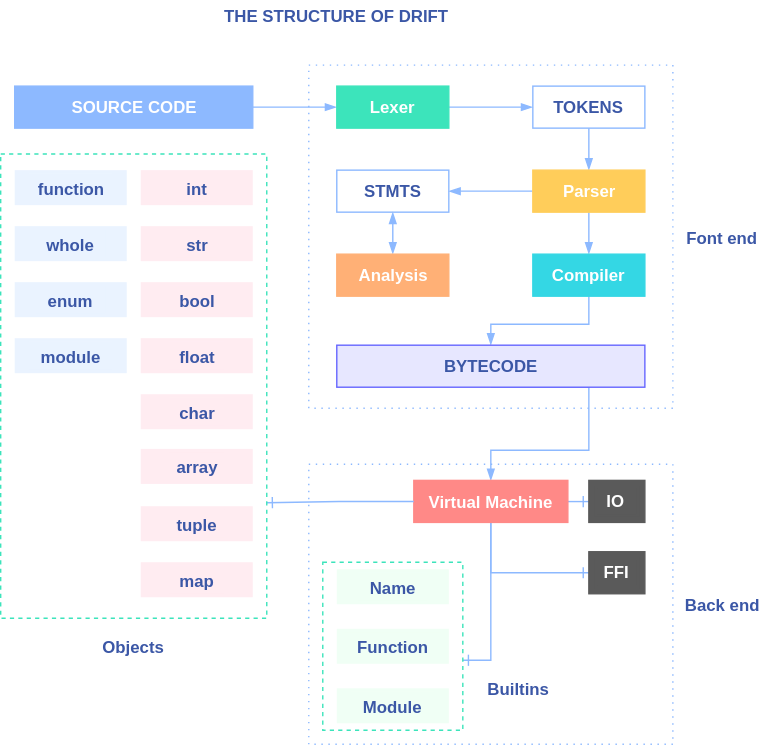
Earlier version of the draw.io export misc/DRIFT.svg (drift-lang/drift-cpp). Source tidied: cells renumbered, new cells last; positions are measured from the earlier drawing's top-left corner, leaving out a move shared by most shapes. Source of this version:
```xml
<mxGraphModel background="#FFFFFF">
  <root>
    <mxCell id="0" />
    <mxCell id="1" parent="0" />
    <mxCell id="2" style="edgeStyle=orthogonalEdgeStyle;rounded=0;jettySize=auto;html=1;exitX=1;exitY=0.5;exitDx=0;exitDy=0;entryX=0;entryY=0.5;entryDx=0;entryDy=0;startArrow=none;startFill=0;strokeWidth=1;" parent="1" edge="1" source="3" target="6">
      <mxGeometry relative="1" as="geometry" />
    </mxCell>
    <mxCell id="3" style="rounded=0;whiteSpace=wrap;html=1;fillColor=#8db9ff;strokeWidth=1;strokeColor=#8db9ff;" parent="1" vertex="1">
      <mxGeometry x="10" y="60" width="170" height="30" as="geometry" />
    </mxCell>
    <mxCell id="4" value="SOURCE CODE" style="text;html=1;align=center;verticalAlign=middle;fontStyle=1;fontColor=#FFFFFF;rounded=0;" parent="1" vertex="1">
      <mxGeometry x="45" y="65" width="100" height="20" as="geometry" />
    </mxCell>
    <mxCell id="5" style="edgeStyle=orthogonalEdgeStyle;rounded=0;jettySize=auto;html=1;exitX=1;exitY=0.5;exitDx=0;exitDy=0;entryX=0;entryY=0.5;entryDx=0;entryDy=0;strokeWidth=1;startArrow=none;startFill=0;" parent="1" edge="1" source="6" target="9">
      <mxGeometry relative="1" as="geometry" />
    </mxCell>
    <mxCell id="6" style="rounded=0;whiteSpace=wrap;html=1;fillColor=#3ce4bb;strokeWidth=1;strokeColor=#3ce4bb;fontColor=#FFFFFF;" parent="1" vertex="1">
      <mxGeometry x="240" y="60" width="80" height="30" as="geometry" />
    </mxCell>
    <mxCell id="7" value="Lexer" style="text;html=1;align=center;verticalAlign=middle;fontStyle=1;fontColor=#FFFFFF;" parent="1" vertex="1">
      <mxGeometry x="255" y="65" width="50" height="20" as="geometry" />
    </mxCell>
    <mxCell id="8" style="edgeStyle=orthogonalEdgeStyle;rounded=0;jettySize=auto;html=1;exitX=0.5;exitY=1;exitDx=0;exitDy=0;entryX=0.5;entryY=0;entryDx=0;entryDy=0;startArrow=none;startFill=0;strokeWidth=1;" parent="1" edge="1" source="9" target="16">
      <mxGeometry relative="1" as="geometry" />
    </mxCell>
    <mxCell id="9" style="rounded=0;whiteSpace=wrap;html=1;fillColor=none;strokeWidth=1;" parent="1" vertex="1">
      <mxGeometry x="380" y="60" width="80" height="30" as="geometry" />
    </mxCell>
    <mxCell id="10" value="TOKENS" style="text;html=1;align=center;verticalAlign=middle;fontStyle=1;" parent="1" vertex="1">
      <mxGeometry x="385" y="65" width="70" height="20" as="geometry" />
    </mxCell>
    <mxCell id="11" style="edgeStyle=orthogonalEdgeStyle;rounded=0;jettySize=auto;html=1;exitX=1;exitY=0.5;exitDx=0;exitDy=0;entryX=0;entryY=0.5;entryDx=0;entryDy=0;startArrow=blockThin;startFill=1;endArrow=none;endFill=0;strokeWidth=1;" parent="1" edge="1" source="13" target="16">
      <mxGeometry relative="1" as="geometry" />
    </mxCell>
    <mxCell id="12" style="edgeStyle=orthogonalEdgeStyle;rounded=0;jettySize=auto;html=1;exitX=0.5;exitY=1;exitDx=0;exitDy=0;entryX=0.5;entryY=0;entryDx=0;entryDy=0;startArrow=blockThin;startFill=1;strokeWidth=1;" parent="1" edge="1" source="13">
      <mxGeometry relative="1" as="geometry">
        <mxPoint x="280" y="180" as="targetPoint" />
      </mxGeometry>
    </mxCell>
    <mxCell id="13" style="rounded=0;whiteSpace=wrap;html=1;fillColor=none;strokeWidth=1;" parent="1" vertex="1">
      <mxGeometry x="240" y="120" width="80" height="30" as="geometry" />
    </mxCell>
    <mxCell id="14" value="STMTS" style="text;html=1;align=center;verticalAlign=middle;fontStyle=1;" parent="1" vertex="1">
      <mxGeometry x="250" y="125" width="60" height="20" as="geometry" />
    </mxCell>
    <mxCell id="15" style="edgeStyle=orthogonalEdgeStyle;rounded=0;jettySize=auto;html=1;exitX=0.5;exitY=1;exitDx=0;exitDy=0;entryX=0.5;entryY=0;entryDx=0;entryDy=0;strokeWidth=1;startArrow=none;startFill=0;endArrow=blockThin;endFill=1;" parent="1" edge="1" source="16" target="22">
      <mxGeometry relative="1" as="geometry" />
    </mxCell>
    <mxCell id="16" style="rounded=0;whiteSpace=wrap;html=1;fillColor=#ffcd5a;strokeWidth=1;strokeColor=#ffcd5a;fontColor=#FFFFFF;" parent="1" vertex="1">
      <mxGeometry x="380" y="120" width="80" height="30" as="geometry" />
    </mxCell>
    <mxCell id="17" value="Parser" style="text;html=1;align=center;verticalAlign=middle;fontStyle=1;fontColor=#FFFFFF;" parent="1" vertex="1">
      <mxGeometry x="395" y="125" width="50" height="20" as="geometry" />
    </mxCell>
    <mxCell id="18" style="rounded=0;whiteSpace=wrap;html=1;fillColor=#ffb076;strokeWidth=1;strokeColor=#ffb076;" parent="1" vertex="1">
      <mxGeometry x="240" y="180" width="80" height="30" as="geometry" />
    </mxCell>
    <mxCell id="19" value="Analysis" style="text;html=1;align=center;verticalAlign=middle;fontStyle=1;fontColor=#FFFFFF;" parent="1" vertex="1">
      <mxGeometry x="250" y="185" width="60" height="20" as="geometry" />
    </mxCell>
    <mxCell id="20" style="rounded=0;whiteSpace=wrap;html=1;fillColor=none;strokeWidth=1;dashed=1;dashPattern=1 4;" parent="1" vertex="1">
      <mxGeometry x="220" y="45" width="260" height="245" as="geometry" />
    </mxCell>
    <mxCell id="21" style="edgeStyle=orthogonalEdgeStyle;rounded=0;jettySize=auto;html=1;exitX=0.5;exitY=1;exitDx=0;exitDy=0;entryX=0.5;entryY=0;entryDx=0;entryDy=0;strokeWidth=1;startArrow=none;startFill=0;" parent="1" edge="1" source="22" target="25">
      <mxGeometry relative="1" as="geometry">
        <Array as="points">
          <mxPoint x="420" y="230" />
          <mxPoint x="350" y="230" />
        </Array>
      </mxGeometry>
    </mxCell>
    <mxCell id="22" style="rounded=0;whiteSpace=wrap;html=1;fillColor=#34d7e4;strokeWidth=1;strokeColor=#34d7e4;" parent="1" vertex="1">
      <mxGeometry x="380" y="180" width="80" height="30" as="geometry" />
    </mxCell>
    <mxCell id="23" value="Compiler" style="text;html=1;align=center;verticalAlign=middle;fontStyle=1;fontColor=#FFFFFF;" parent="1" vertex="1">
      <mxGeometry x="385" y="185" width="70" height="20" as="geometry" />
    </mxCell>
    <mxCell id="24" style="edgeStyle=orthogonalEdgeStyle;rounded=0;jettySize=auto;html=1;exitX=0.5;exitY=1;exitDx=0;exitDy=0;entryX=0.5;entryY=0;entryDx=0;entryDy=0;strokeWidth=1;startArrow=none;startFill=0;" parent="1" edge="1" source="25" target="31">
      <mxGeometry relative="1" as="geometry">
        <Array as="points">
          <mxPoint x="420" y="320" />
          <mxPoint x="350" y="320" />
        </Array>
      </mxGeometry>
    </mxCell>
    <mxCell id="25" style="rounded=0;whiteSpace=wrap;html=1;fillColor=#e7e7ff;strokeWidth=1;strokeColor=#6666ff;" parent="1" vertex="1">
      <mxGeometry x="240" y="245" width="220" height="30" as="geometry" />
    </mxCell>
    <mxCell id="26" value="BYTECODE" style="text;html=1;align=center;verticalAlign=middle;fontStyle=1;" parent="1" vertex="1">
      <mxGeometry x="310" y="250" width="80" height="20" as="geometry" />
    </mxCell>
    <mxCell id="27" value="&lt;b&gt;Font end&lt;/b&gt;" style="text;html=1;align=center;verticalAlign=middle;" parent="1" vertex="1">
      <mxGeometry x="480" y="157.5" width="70" height="20" as="geometry" />
    </mxCell>
    <mxCell id="28" style="edgeStyle=orthogonalEdgeStyle;rounded=0;jettySize=auto;html=1;exitX=1;exitY=0.5;exitDx=0;exitDy=0;entryX=0;entryY=0.5;entryDx=0;entryDy=0;strokeWidth=1;startArrow=none;startFill=0;endArrow=ERone;endFill=0;" parent="1" edge="1" source="31" target="60">
      <mxGeometry relative="1" as="geometry" />
    </mxCell>
    <mxCell id="29" style="edgeStyle=orthogonalEdgeStyle;rounded=0;jettySize=auto;html=1;exitX=0.5;exitY=1;exitDx=0;exitDy=0;entryX=1;entryY=0.583;entryDx=0;entryDy=0;entryPerimeter=0;startArrow=none;startFill=0;strokeWidth=1;endArrow=ERone;endFill=0;" parent="1" edge="1" source="31" target="69">
      <mxGeometry relative="1" as="geometry" />
    </mxCell>
    <mxCell id="30" style="edgeStyle=orthogonalEdgeStyle;rounded=0;jettySize=auto;html=1;exitX=0.5;exitY=1;exitDx=0;exitDy=0;entryX=0;entryY=0.5;entryDx=0;entryDy=0;startArrow=none;startFill=0;strokeWidth=1;endArrow=ERone;endFill=0;" parent="1" edge="1" source="31" target="73">
      <mxGeometry relative="1" as="geometry" />
    </mxCell>
    <mxCell id="31" style="rounded=0;whiteSpace=wrap;html=1;fillColor=#ff8987;strokeWidth=1;strokeColor=#ff8987;" parent="1" vertex="1">
      <mxGeometry x="295" y="341.6" width="110" height="30" as="geometry" />
    </mxCell>
    <mxCell id="32" style="edgeStyle=orthogonalEdgeStyle;rounded=0;jettySize=auto;html=1;entryX=1;entryY=0.75;entryDx=0;entryDy=0;startArrow=none;startFill=0;strokeWidth=1;endArrow=ERone;endFill=0;exitX=0;exitY=0.5;exitDx=0;exitDy=0;" parent="1" edge="1" source="31" target="58">
      <mxGeometry relative="1" as="geometry">
        <Array as="points">
          <mxPoint x="242" y="357" />
        </Array>
      </mxGeometry>
    </mxCell>
    <mxCell id="33" value="Virtual Machine" style="text;html=1;align=center;verticalAlign=middle;fontStyle=1;fontColor=#FFFFFF;rounded=0;" parent="1" vertex="1">
      <mxGeometry x="300" y="346.6" width="100" height="20" as="geometry" />
    </mxCell>
    <mxCell id="34" style="rounded=0;whiteSpace=wrap;html=1;strokeWidth=1;strokeColor=none;fillColor=#ffecf1;" parent="1" vertex="1">
      <mxGeometry x="100" y="120" width="80" height="25" as="geometry" />
    </mxCell>
    <mxCell id="35" value="int" style="text;html=1;align=center;verticalAlign=middle;fontStyle=1;strokeColor=none;fillColor=#ffecf1;" parent="1" vertex="1">
      <mxGeometry x="125" y="122.5" width="30" height="20" as="geometry" />
    </mxCell>
    <mxCell id="36" style="rounded=0;whiteSpace=wrap;html=1;strokeWidth=1;strokeColor=none;fillColor=#ffecf1;" parent="1" vertex="1">
      <mxGeometry x="100" y="160" width="80" height="25" as="geometry" />
    </mxCell>
    <mxCell id="37" value="str" style="text;html=1;align=center;verticalAlign=middle;fontStyle=1;strokeColor=none;fillColor=#ffecf1;" parent="1" vertex="1">
      <mxGeometry x="125" y="162.5" width="30" height="20" as="geometry" />
    </mxCell>
    <mxCell id="38" style="rounded=0;whiteSpace=wrap;html=1;strokeWidth=1;strokeColor=none;fillColor=#ffecf1;" parent="1" vertex="1">
      <mxGeometry x="100" y="200" width="80" height="25" as="geometry" />
    </mxCell>
    <mxCell id="39" value="bool" style="text;html=1;align=center;verticalAlign=middle;fontStyle=1;strokeColor=none;fillColor=#ffecf1;" parent="1" vertex="1">
      <mxGeometry x="120" y="202.5" width="40" height="20" as="geometry" />
    </mxCell>
    <mxCell id="40" style="rounded=0;whiteSpace=wrap;html=1;strokeWidth=1;strokeColor=none;fillColor=#ffecf1;" parent="1" vertex="1">
      <mxGeometry x="100" y="240" width="80" height="25" as="geometry" />
    </mxCell>
    <mxCell id="41" value="float" style="text;html=1;align=center;verticalAlign=middle;fontStyle=1;strokeColor=none;fillColor=#ffecf1;" parent="1" vertex="1">
      <mxGeometry x="120" y="242.5" width="40" height="20" as="geometry" />
    </mxCell>
    <mxCell id="42" style="rounded=0;whiteSpace=wrap;html=1;strokeWidth=1;strokeColor=none;fillColor=#ffecf1;" parent="1" vertex="1">
      <mxGeometry x="100" y="280" width="80" height="25" as="geometry" />
    </mxCell>
    <mxCell id="43" value="char" style="text;html=1;align=center;verticalAlign=middle;fontStyle=1;strokeColor=none;fillColor=#ffecf1;" parent="1" vertex="1">
      <mxGeometry x="120" y="282.5" width="40" height="20" as="geometry" />
    </mxCell>
    <mxCell id="44" style="rounded=0;whiteSpace=wrap;html=1;strokeWidth=1;strokeColor=none;fillColor=#ffecf1;" parent="1" vertex="1">
      <mxGeometry x="100" y="319.1" width="80" height="25" as="geometry" />
    </mxCell>
    <mxCell id="45" value="array" style="text;html=1;align=center;verticalAlign=middle;fontStyle=1;strokeColor=none;fillColor=#ffecf1;" parent="1" vertex="1">
      <mxGeometry x="120" y="321.6" width="40" height="20" as="geometry" />
    </mxCell>
    <mxCell id="46" style="rounded=0;whiteSpace=wrap;html=1;strokeWidth=1;strokeColor=none;fillColor=#ffecf1;" parent="1" vertex="1">
      <mxGeometry x="100" y="360" width="80" height="25" as="geometry" />
    </mxCell>
    <mxCell id="47" value="tuple" style="text;html=1;align=center;verticalAlign=middle;fontStyle=1;strokeColor=none;fillColor=#ffecf1;" parent="1" vertex="1">
      <mxGeometry x="120" y="362.5" width="40" height="20" as="geometry" />
    </mxCell>
    <mxCell id="48" style="rounded=0;whiteSpace=wrap;html=1;strokeWidth=1;strokeColor=none;fillColor=#ffecf1;" parent="1" vertex="1">
      <mxGeometry x="100" y="400" width="80" height="25" as="geometry" />
    </mxCell>
    <mxCell id="49" value="map" style="text;html=1;align=center;verticalAlign=middle;fontStyle=1;strokeColor=none;fillColor=#ffecf1;" parent="1" vertex="1">
      <mxGeometry x="120" y="402.5" width="40" height="20" as="geometry" />
    </mxCell>
    <mxCell id="50" style="rounded=0;whiteSpace=wrap;html=1;strokeWidth=1;strokeColor=none;fillColor=#eaf3ff;" parent="1" vertex="1">
      <mxGeometry x="10" y="120" width="80" height="25" as="geometry" />
    </mxCell>
    <mxCell id="51" value="function" style="text;html=1;align=center;verticalAlign=middle;fontStyle=1;strokeColor=none;fillColor=#eaf3ff;" parent="1" vertex="1">
      <mxGeometry x="20" y="122.5" width="60" height="20" as="geometry" />
    </mxCell>
    <mxCell id="52" style="rounded=0;whiteSpace=wrap;html=1;strokeWidth=1;strokeColor=none;fillColor=#eaf3ff;" parent="1" vertex="1">
      <mxGeometry x="10" y="160" width="80" height="25" as="geometry" />
    </mxCell>
    <mxCell id="53" value="whole" style="text;html=1;align=center;verticalAlign=middle;fontStyle=1;strokeColor=none;fillColor=#eaf3ff;" parent="1" vertex="1">
      <mxGeometry x="25" y="162.5" width="50" height="20" as="geometry" />
    </mxCell>
    <mxCell id="54" style="rounded=0;whiteSpace=wrap;html=1;strokeWidth=1;strokeColor=none;fillColor=#eaf3ff;" parent="1" vertex="1">
      <mxGeometry x="10" y="200" width="80" height="25" as="geometry" />
    </mxCell>
    <mxCell id="55" value="enum" style="text;html=1;align=center;verticalAlign=middle;fontStyle=1;strokeColor=none;fillColor=#eaf3ff;" parent="1" vertex="1">
      <mxGeometry x="25" y="202.5" width="50" height="20" as="geometry" />
    </mxCell>
    <mxCell id="56" style="rounded=0;whiteSpace=wrap;html=1;strokeWidth=1;strokeColor=none;fillColor=#eaf3ff;" parent="1" vertex="1">
      <mxGeometry x="10" y="240" width="80" height="25" as="geometry" />
    </mxCell>
    <mxCell id="57" value="module" style="text;html=1;align=center;verticalAlign=middle;fontStyle=1;strokeColor=none;fillColor=#eaf3ff;" parent="1" vertex="1">
      <mxGeometry x="20" y="242.5" width="60" height="20" as="geometry" />
    </mxCell>
    <mxCell id="58" style="rounded=0;whiteSpace=wrap;html=1;fillColor=none;strokeWidth=1;dashed=1;strokeColor=#3ce4bb;" parent="1" vertex="1">
      <mxGeometry y="108.4" width="190" height="331.6" as="geometry" />
    </mxCell>
    <mxCell id="59" value="&lt;b&gt;Objects&lt;/b&gt;" style="text;html=1;align=center;verticalAlign=middle;" parent="1" vertex="1">
      <mxGeometry x="65" y="450" width="60" height="20" as="geometry" />
    </mxCell>
    <mxCell id="60" style="rounded=0;whiteSpace=wrap;html=1;fillColor=#5a5a5a;strokeWidth=1;strokeColor=#5a5a5a;" parent="1" vertex="1">
      <mxGeometry x="420" y="341.6" width="40" height="30" as="geometry" />
    </mxCell>
    <mxCell id="61" value="IO" style="text;html=1;align=center;verticalAlign=middle;fontStyle=1;rounded=0;fillColor=#5a5a5a;strokeColor=#5a5a5a;fontColor=#FFFFFF;" parent="1" vertex="1">
      <mxGeometry x="425" y="346.6" width="30" height="20" as="geometry" />
    </mxCell>
    <mxCell id="62" value="&lt;b&gt;THE STRUCTURE OF DRIFT&lt;/b&gt;" style="text;html=1;align=center;verticalAlign=middle;" parent="1" vertex="1">
      <mxGeometry x="150" width="180" height="20" as="geometry" />
    </mxCell>
    <mxCell id="63" style="rounded=0;whiteSpace=wrap;html=1;strokeWidth=1;strokeColor=none;fillColor=#f0fff5;" parent="1" vertex="1">
      <mxGeometry x="240" y="405" width="80" height="25" as="geometry" />
    </mxCell>
    <mxCell id="64" value="Name" style="text;html=1;align=center;verticalAlign=middle;fontStyle=1;strokeColor=none;fillColor=#f0fff5;" parent="1" vertex="1">
      <mxGeometry x="255" y="407.5" width="50" height="20" as="geometry" />
    </mxCell>
    <mxCell id="65" style="rounded=0;whiteSpace=wrap;html=1;strokeWidth=1;strokeColor=none;fillColor=#f0fff5;" parent="1" vertex="1">
      <mxGeometry x="240" y="447.5" width="80" height="25" as="geometry" />
    </mxCell>
    <mxCell id="66" value="Function" style="text;html=1;align=center;verticalAlign=middle;fontStyle=1;strokeColor=none;fillColor=#f0fff5;" parent="1" vertex="1">
      <mxGeometry x="245" y="450" width="70" height="20" as="geometry" />
    </mxCell>
    <mxCell id="67" style="rounded=0;whiteSpace=wrap;html=1;strokeWidth=1;strokeColor=none;fillColor=#f0fff5;" parent="1" vertex="1">
      <mxGeometry x="240" y="490" width="80" height="25" as="geometry" />
    </mxCell>
    <mxCell id="68" value="Module" style="text;html=1;align=center;verticalAlign=middle;fontStyle=1;strokeColor=none;fillColor=#f0fff5;" parent="1" vertex="1">
      <mxGeometry x="250" y="492.5" width="60" height="20" as="geometry" />
    </mxCell>
    <mxCell id="69" style="rounded=0;whiteSpace=wrap;html=1;strokeWidth=1;fillColor=none;dashed=1;strokeColor=#3ce4bb;" parent="1" vertex="1">
      <mxGeometry x="230" y="400" width="100" height="120" as="geometry" />
    </mxCell>
    <mxCell id="70" value="&lt;b&gt;Builtins&lt;/b&gt;" style="text;html=1;align=center;verticalAlign=middle;" parent="1" vertex="1">
      <mxGeometry x="340" y="480" width="60" height="20" as="geometry" />
    </mxCell>
    <mxCell id="71" style="rounded=0;whiteSpace=wrap;html=1;fillColor=none;strokeWidth=1;dashed=1;dashPattern=1 4;" parent="1" vertex="1">
      <mxGeometry x="220" y="330" width="260" height="200" as="geometry" />
    </mxCell>
    <mxCell id="72" value="&lt;b&gt;Back end&lt;/b&gt;" style="text;html=1;align=center;verticalAlign=middle;" parent="1" vertex="1">
      <mxGeometry x="480" y="420" width="70" height="20" as="geometry" />
    </mxCell>
    <mxCell id="73" style="rounded=0;whiteSpace=wrap;html=1;fillColor=#5a5a5a;strokeWidth=1;strokeColor=#5a5a5a;" parent="1" vertex="1">
      <mxGeometry x="420" y="392.5" width="40" height="30" as="geometry" />
    </mxCell>
    <mxCell id="74" value="FFI" style="text;html=1;align=center;verticalAlign=middle;fontStyle=1;rounded=0;fillColor=#5a5a5a;strokeColor=#5a5a5a;fontColor=#FFFFFF;" parent="1" vertex="1">
      <mxGeometry x="425" y="397.5" width="30" height="20" as="geometry" />
    </mxCell>
  </root>
</mxGraphModel>
```
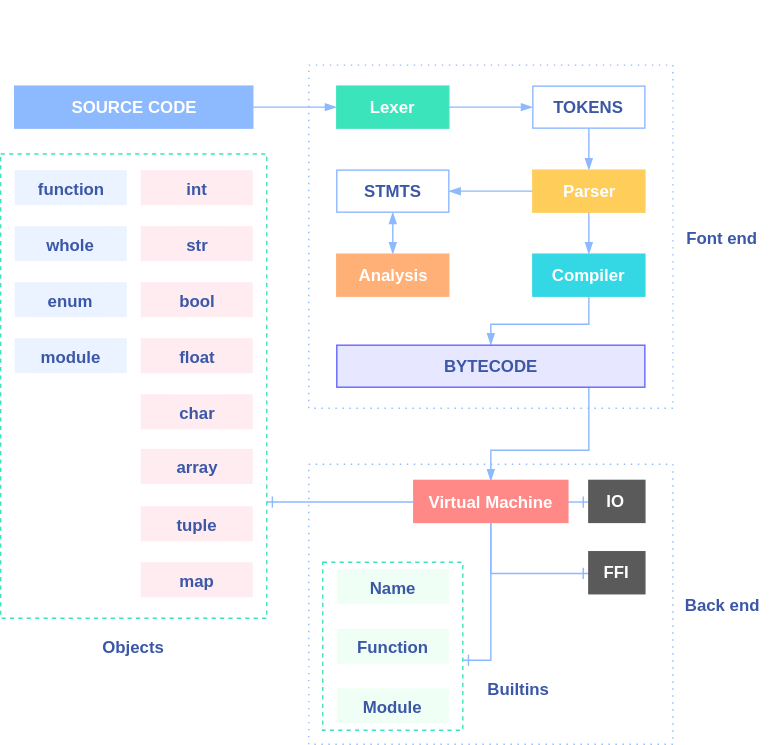
Above is the later version.

What changed in the source:
```diff
@@ -198,7 +198,7 @@
     <mxCell id="61" value="IO" style="text;html=1;align=center;verticalAlign=middle;fontStyle=1;rounded=0;fillColor=#5a5a5a;strokeColor=#5a5a5a;fontColor=#FFFFFF;" parent="1" vertex="1">
       <mxGeometry x="425" y="346.6" width="30" height="20" as="geometry" />
     </mxCell>
-    <mxCell id="62" value="&lt;b&gt;THE STRUCTURE OF DRIFT&lt;/b&gt;" style="text;html=1;align=center;verticalAlign=middle;" parent="1" vertex="1">
+    <mxCell id="62" value="&lt;b&gt;THE STRUCTURE OF DRIFT&lt;/b&gt;" style="text;html=1;align=center;verticalAlign=middle;noLabel=1;fontColor=none;" parent="1" vertex="1">
       <mxGeometry x="150" width="180" height="20" as="geometry" />
     </mxCell>
     <mxCell id="63" style="rounded=0;whiteSpace=wrap;html=1;strokeWidth=1;strokeColor=none;fillColor=#f0fff5;" parent="1" vertex="1">
```
